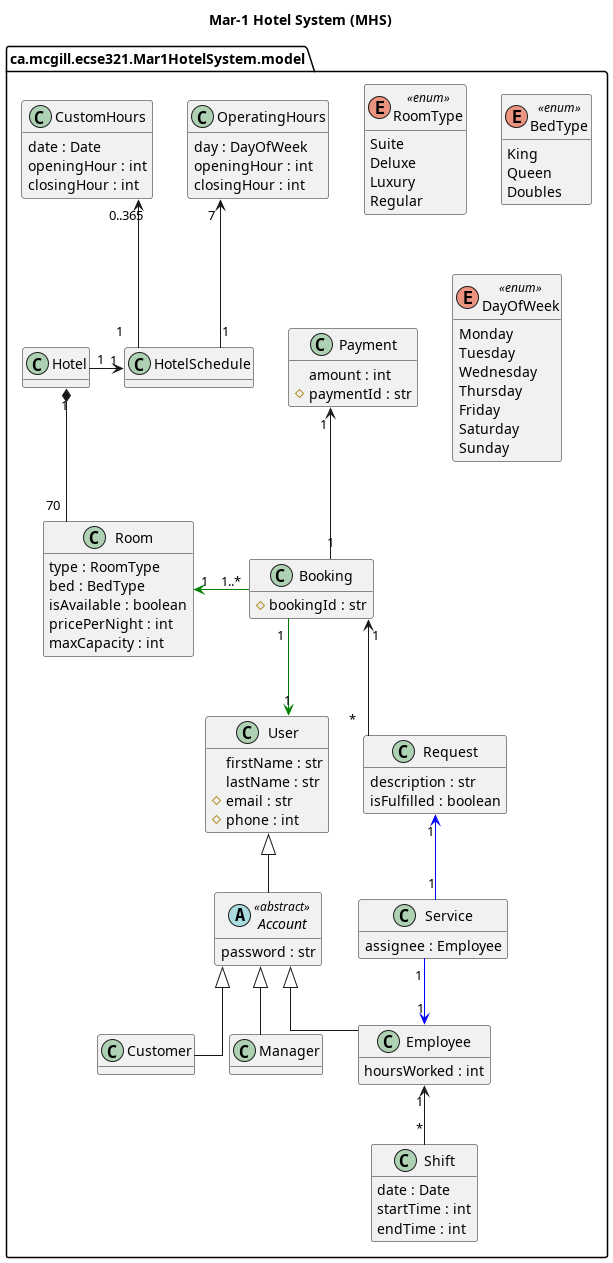
Before: documentation/UMLDiagrams/DomainModel.png, a diagram exported from PlantUML (notkaramel/ECSE321-Mar1HotelSystem). Its diagram source:
```plantuml
@startuml
title Mar-1 Hotel System (MHS)
skinparam linetype ortho
hide methods
top to bottom direction

package ca.mcgill.ecse321.Mar1HotelSystem.model {
    Class User {
        firstName : str
        lastName : str
        # email : str
        # phone : int
    }

    abstract Class Account <<abstract>> {
        password : str
    }
    together {
        Class Employee {
            hoursWorked : int
        }

        Class Manager {
        }

        Class Customer {
        }
    }

    User    <|-- Account
    Account <|-- Employee
    Account <|-- Customer
    Account <|-- Manager

    Class Shift {
        date : Date
        startTime : int
        endTime : int
    }

    Shift "*" -up-> "1" Employee

    Class Room {
        type : RoomType
        bed : BedType
        isAvailable : boolean
        pricePerNight : int
        maxCapacity : int
    }

    Room "70" -up-* "1" Hotel

    Class Booking {
        # bookingId : str
    }

    Booking "1..*" -left[#green]-> "1" Room
    Booking "1" -right[#green]-> "1" User

    Class Request {
        description : str
        isFulfilled : boolean
    }

    Request "*" -up-> "1" Booking

    Class Service {
        assignee : Employee
    }

    Service "1" -up[#blue]-> "1" Request
    Service "1" -down[#blue]-> "1" Employee

    Class Payment {
        amount : int
        # paymentId : str
    }

    Booking "1" -up-> "1" Payment


    Class Hotel

    Class HotelSchedule

    Hotel "1" -left-> "1" HotelSchedule

    Class OperatingHours {
        day : DayOfWeek
        openingHour : int
        closingHour : int
    }

    Class CustomHours {
        date : Date
        openingHour : int
        closingHour : int
    }


    HotelSchedule "1" -up-> "0..365" CustomHours
    HotelSchedule "1" -up-> "7" OperatingHours

    enum RoomType <<enum>> {
        Suite
        Deluxe
        Luxury
        Regular
    }

    enum BedType <<enum>> {
        King
        Queen
        Doubles
    }
    enum DayOfWeek <<enum>> {
        Monday
        Tuesday
        Wednesday
        Thursday
        Friday
        Saturday
        Sunday
    }
}
@enduml
```
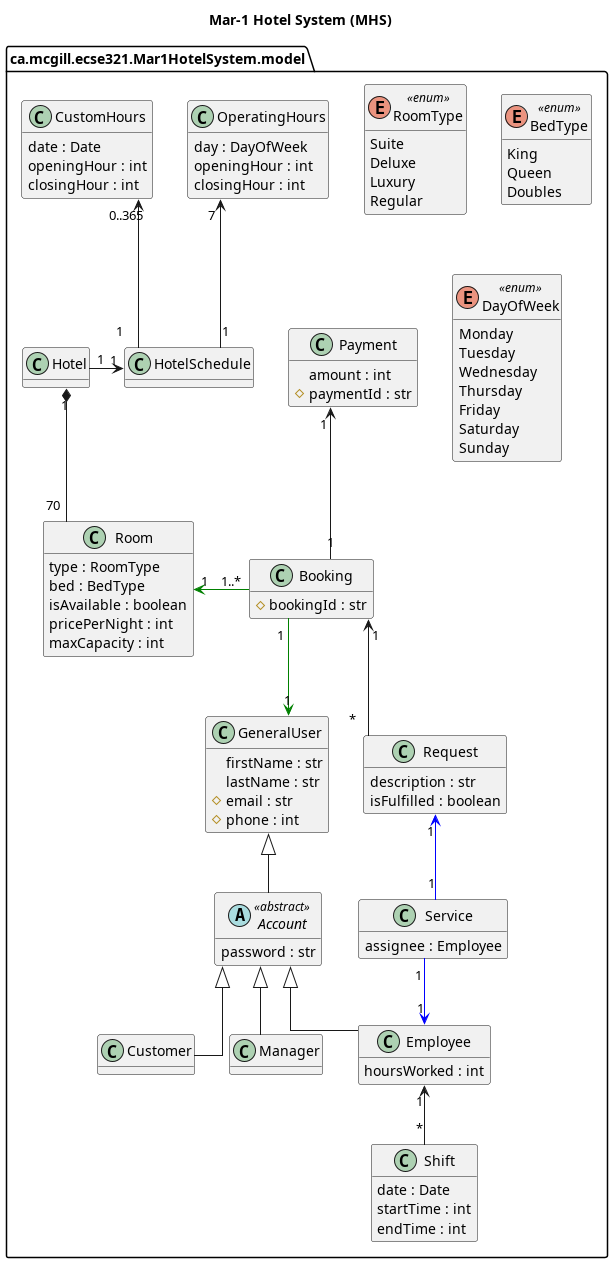
After the commit.

Commit message:
Refactoring User to GeneralUser

The edit, as a diff of the source:
```diff
@@ -5,7 +5,7 @@
 top to bottom direction
 
 package ca.mcgill.ecse321.Mar1HotelSystem.model {
-    Class User {
+    Class GeneralUser {
         firstName : str
         lastName : str
         # email : str
@@ -27,7 +27,7 @@
         }
     }
 
-    User    <|-- Account
+    GeneralUser    <|-- Account
     Account <|-- Employee
     Account <|-- Customer
     Account <|-- Manager
@@ -55,7 +55,7 @@
     }
 
     Booking "1..*" -left[#green]-> "1" Room
-    Booking "1" -right[#green]-> "1" User
+    Booking "1" -right[#green]-> "1" GeneralUser
 
     Class Request {
         description : str
```
